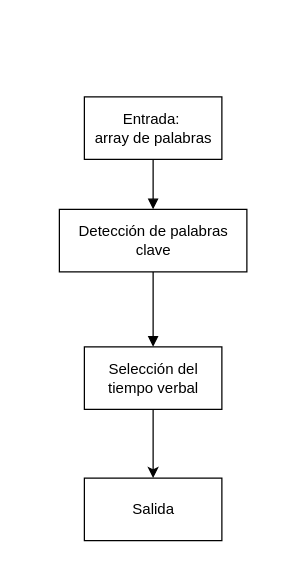
The draw.io diagram Documentación/Imagenes/Bitmap/Diagramas/deteccionTiempoVerbal.drawio in NILGroup/TFG-1819-PictoTexto, before the edit. Source tidied: cells renumbered, new cells numbered last; positions are measured from the earlier drawing's top-left corner, leaving out a move shared by most shapes. Both pictures are drawn from the tidied source at 125%, with x=0, y=0 at pixel (59, 96).
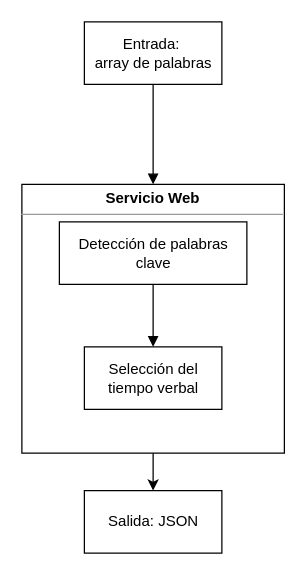
Above is the later version.

Commit message (it also covers changes not shown here):
Changes on web arquitecture chapter

What changed in the source:
```diff
@@
 <mxGraphModel>
   <root>
     <mxCell id="0" />
     <mxCell id="1" parent="0" />
     <mxCell id="2" value="Entrada:&amp;nbsp;&lt;br&gt;array de palabras&lt;br&gt;" style="html=1;" parent="1" vertex="1">
-      <mxGeometry x="20" width="110" height="50" as="geometry" />
+      <mxGeometry x="20" y="-60" width="110" height="50" as="geometry" />
     </mxCell>
     <mxCell id="3" value="Detección de palabras&lt;br&gt;clave&lt;br&gt;" style="html=1;" parent="1" vertex="1">
-      <mxGeometry y="90" width="150" height="50" as="geometry" />
+      <mxGeometry y="100" width="150" height="50" as="geometry" />
     </mxCell>
-    <mxCell id="4" value="Salida&lt;br&gt;" style="html=1;" parent="1" vertex="1">
-      <mxGeometry x="20" y="305" width="110" height="50" as="geometry" />
+    <mxCell id="4" value="Salida: JSON&lt;br&gt;" style="html=1;" parent="1" vertex="1">
+      <mxGeometry x="20" y="315" width="110" height="50" as="geometry" />
     </mxCell>
-    <mxCell id="5" style="html=1;verticalAlign=bottom;endArrow=block;entryX=0.5;entryY=0;entryDx=0;entryDy=0;" parent="1" edge="1" source="2" target="3">
+    <mxCell id="5" style="html=1;verticalAlign=bottom;endArrow=block;entryX=0.5;entryY=0;entryDx=0;entryDy=0;" parent="1" edge="1" source="2" target="9">
       <mxGeometry relative="1" as="geometry" />
     </mxCell>
     <mxCell id="6" style="html=1;verticalAlign=bottom;endArrow=block;entryX=0.5;entryY=0;entryDx=0;entryDy=0;exitX=0.5;exitY=1;exitDx=0;exitDy=0;" parent="1" edge="1" source="3">
       <mxGeometry relative="1" as="geometry">
         <mxPoint x="75" y="200" as="targetPoint" />
       </mxGeometry>
     </mxCell>
-    <mxCell id="7" style="edgeStyle=orthogonalEdgeStyle;rounded=0;jettySize=auto;html=1;" parent="1" edge="1" source="8" target="4">
+    <mxCell id="7" style="edgeStyle=orthogonalEdgeStyle;rounded=0;jettySize=auto;html=1;exitX=0.5;exitY=1;exitDx=0;exitDy=0;" parent="1" edge="1" source="9" target="4">
       <mxGeometry relative="1" as="geometry" />
     </mxCell>
     <mxCell id="8" value="Selección del&lt;br&gt;tiempo verbal&lt;br&gt;" style="html=1;" parent="1" vertex="1">
       <mxGeometry x="20" y="200" width="110" height="50" as="geometry" />
     </mxCell>
+    <mxCell id="9" value="&lt;p style=&quot;margin: 0px ; margin-top: 4px ; text-align: center&quot;&gt;&lt;b&gt;Servicio Web&lt;/b&gt;&lt;/p&gt;&lt;hr size=&quot;1&quot;&gt;&lt;div style=&quot;height: 2px&quot;&gt;&lt;/div&gt;" style="verticalAlign=top;align=left;overflow=fill;fontSize=12;fontFamily=Helvetica;html=1;fillColor=none;" parent="1" vertex="1">
+      <mxGeometry x="-30" y="70" width="210" height="215" as="geometry" />
+    </mxCell>
   </root>
 </mxGraphModel>
```
